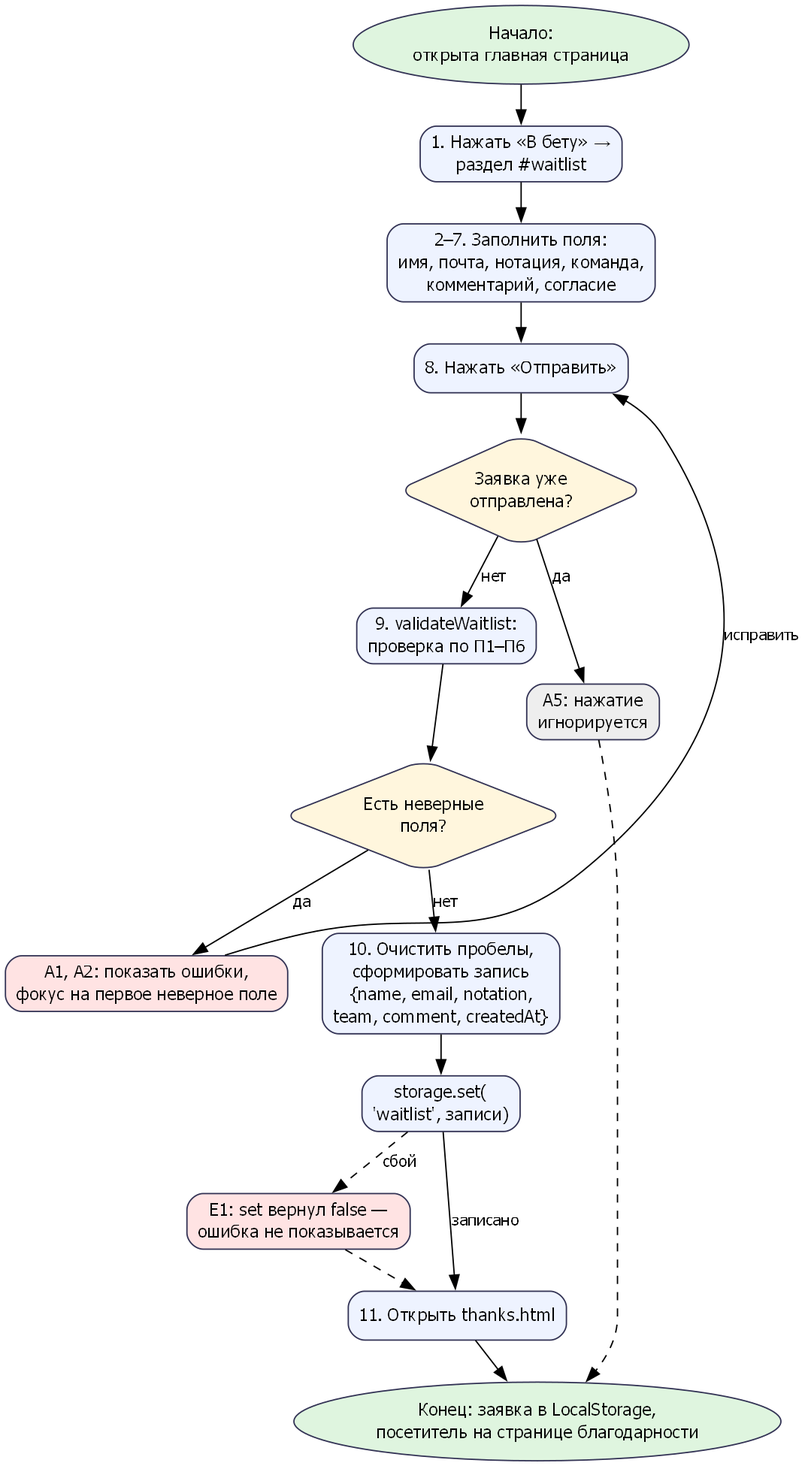
Before: testing-course/reports/lab2/screenshots/flow.png, a diagram exported from Graphviz (KsushaKhadzhinova/DSLKit-Project). Its source is kept beside it as testing-course/diagrams/flow.dot.
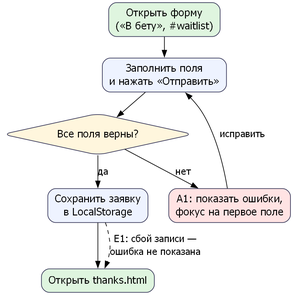
Later version of the same file.

Diff of the diagram source:
```diff
@@ -1,27 +1,15 @@
 digraph G {
-  rankdir=TB; dpi=130; nodesep=0.35; ranksep=0.4;
-  node [fontname="Times New Roman", fontsize=13, shape=box, style="rounded,filled", fillcolor="#eef3ff", color="#335"];
-  edge [fontname="Times New Roman", fontsize=12];
-  start [label="Начало:\nоткрыта главная страница", shape=oval, fillcolor="#dff5df"];
-  open [label="1. Нажать «В бету» →\nраздел #waitlist"];
-  fill [label="2–7. Заполнить поля:\nимя, почта, нотация, команда,\nкомментарий, согласие"];
-  send [label="8. Нажать «Отправить»"];
-  dbl [label="Заявка уже\nотправлена?", shape=diamond, fillcolor="#fff6dd"];
-  chk [label="9. validateWaitlist:\nпроверка по П1–П6", shape=box];
-  ok [label="Есть неверные\nполя?", shape=diamond, fillcolor="#fff6dd"];
-  err [label="A1, A2: показать ошибки,\nфокус на первое неверное поле", fillcolor="#ffe3e3"];
-  rec [label="10. Очистить пробелы,\nсформировать запись\n{name, email, notation,\nteam, comment, createdAt}"];
-  st [label="storage.set(\n'waitlist', записи)", shape=box];
-  fail [label="E1: set вернул false —\nошибка не показывается", fillcolor="#ffe3e3"];
-  nav [label="11. Открыть thanks.html"];
-  end [label="Конец: заявка в LocalStorage,\nпосетитель на странице благодарности", shape=oval, fillcolor="#dff5df"];
-  ign [label="A5: нажатие\nигнорируется", fillcolor="#eee"];
-  start -> open -> fill -> send -> dbl;
-  dbl -> ign [label="да"]; ign -> end [style=dashed];
-  dbl -> chk [label="нет"];
-  chk -> ok;
-  ok -> err [label="да"]; err -> send [label="исправить", constraint=false];
-  ok -> rec [label="нет"];
-  rec -> st; st -> nav [label="записано"]; st -> fail [label="сбой", style=dashed]; fail -> nav [style=dashed];
-  nav -> end;
+  rankdir=TB; dpi=150; nodesep=0.4; ranksep=0.45;
+  node [fontname="Times New Roman", fontsize=16, shape=box, style="rounded,filled", fillcolor="#eef3ff", color="#335", margin="0.15,0.08"];
+  edge [fontname="Times New Roman", fontsize=15];
+  a [label="Открыть форму\n(«В бету», #waitlist)", fillcolor="#dff5df"];
+  b [label="Заполнить поля\nи нажать «Отправить»"];
+  c [label="Все поля верны?", shape=diamond, fillcolor="#fff6dd"];
+  d [label="A1: показать ошибки,\nфокус на первое поле", fillcolor="#ffe3e3"];
+  e [label="Сохранить заявку\nв LocalStorage"];
+  f [label="Открыть thanks.html", fillcolor="#dff5df"];
+  a -> b -> c;
+  c -> d [label="нет"]; d -> b [label="исправить"];
+  c -> e [label="да"]; e -> f;
+  e -> f [label="E1: сбой записи —\nошибка не показана", style=dashed, constraint=false];
 }
```
